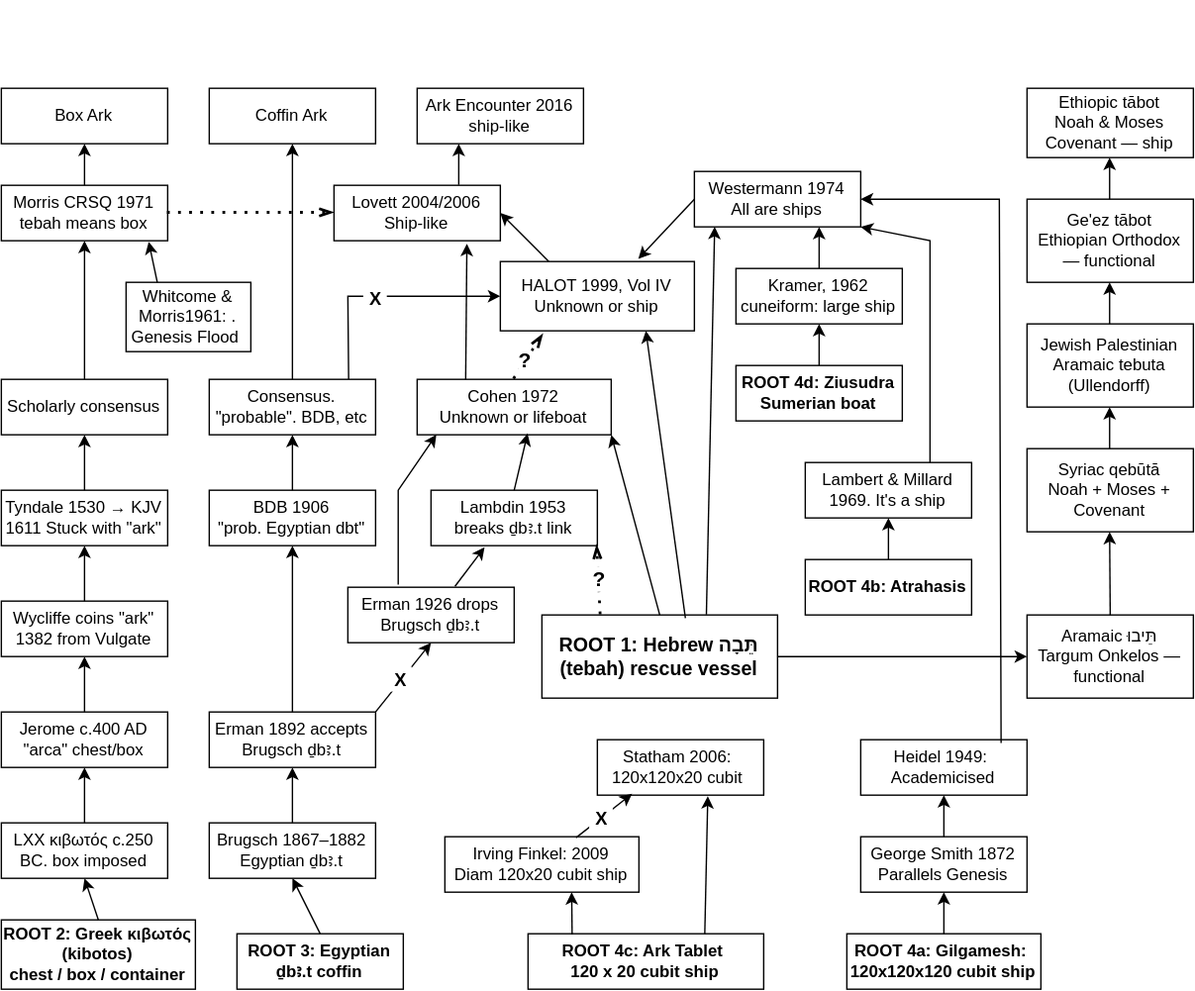
Earlier version of the draw.io export papers-tbh/images/TBH-flowchart.svg (tlovett2007-dot/Ark-Detailed-Design). Source tidied: cells renumbered, new cells last; positions are measured from the earlier drawing's top-left corner, leaving out a move shared by most shapes.
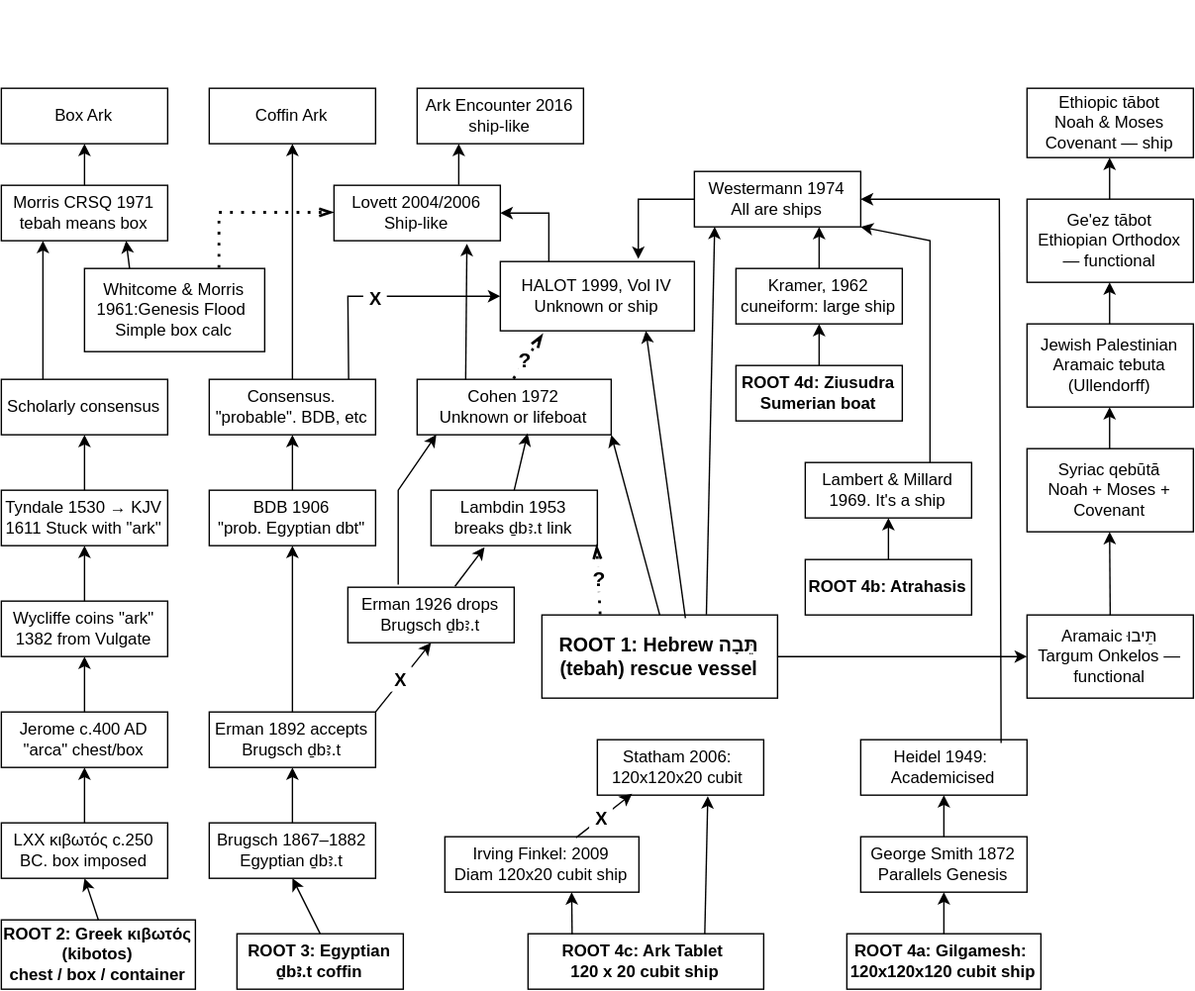
After the commit.

Change to the diagram source:
```diff
@@ -23,7 +23,7 @@
     <mxCell id="8" value="&lt;div&gt;&lt;b&gt;ROOT 2: Greek κιβωτός (kibotos)&lt;/b&gt;&lt;/div&gt;&lt;div&gt;&lt;b&gt;chest / box / container&lt;/b&gt;&lt;/div&gt;" style="rounded=0;whiteSpace=wrap;html=1;" parent="1" vertex="1">
       <mxGeometry y="600" width="140" height="50" as="geometry" />
     </mxCell>
-    <mxCell id="9" value="&lt;div&gt;&lt;br&gt;&lt;/div&gt;&lt;div&gt;&lt;br&gt;&lt;/div&gt;&lt;div&gt;&lt;br&gt;&lt;/div&gt;&lt;div&gt;&lt;br&gt;&lt;/div&gt;&lt;div&gt;&lt;br&gt;&lt;/div&gt;&lt;div&gt;&lt;br&gt;&lt;/div&gt;&lt;div&gt;&lt;br&gt;&lt;/div&gt;&lt;div&gt;&lt;br&gt;&lt;/div&gt;&lt;div&gt;&lt;br&gt;&lt;/div&gt;&lt;div&gt;&lt;br&gt;&lt;/div&gt;&lt;div&gt;&lt;br&gt;&lt;/div&gt;&lt;div&gt;&lt;br&gt;&lt;/div&gt;&lt;div&gt;&lt;br&gt;&lt;/div&gt;&lt;div&gt;&lt;br&gt;&lt;/div&gt;&lt;div&gt;&lt;br&gt;&lt;/div&gt;&lt;div&gt;&lt;br&gt;&lt;/div&gt;&lt;div&gt;&lt;br&gt;&lt;/div&gt;&lt;div&gt;&lt;br&gt;&lt;/div&gt;&lt;div&gt;&lt;br&gt;&lt;/div&gt;&lt;div&gt;&lt;br&gt;&lt;/div&gt;&lt;div&gt;&lt;br&gt;&lt;/div&gt;&lt;div&gt;&lt;br&gt;&lt;/div&gt;&lt;div&gt;&lt;br&gt;&lt;/div&gt;&lt;div&gt;&lt;br&gt;&lt;/div&gt;&lt;div&gt;&lt;br&gt;&lt;/div&gt;&lt;div&gt;&lt;br&gt;&lt;/div&gt;&lt;div&gt;&lt;br&gt;&lt;/div&gt;&lt;div&gt;&lt;br&gt;&lt;/div&gt;&lt;div&gt;&lt;br&gt;&lt;/div&gt;&lt;div&gt;&lt;br&gt;&lt;/div&gt;&lt;div&gt;&lt;br&gt;&lt;/div&gt;&lt;div&gt;&lt;br&gt;&lt;/div&gt;&lt;div&gt;&lt;br&gt;&lt;/div&gt;&lt;div&gt;&lt;br&gt;&lt;/div&gt;" style="endArrow=classic;html=1;rounded=0;exitX=0.5;exitY=0;exitDx=0;exitDy=0;" parent="1" edge="1" source="3" target="15">
+    <mxCell id="9" value="&lt;div&gt;&lt;br&gt;&lt;/div&gt;&lt;div&gt;&lt;br&gt;&lt;/div&gt;&lt;div&gt;&lt;br&gt;&lt;/div&gt;&lt;div&gt;&lt;br&gt;&lt;/div&gt;&lt;div&gt;&lt;br&gt;&lt;/div&gt;&lt;div&gt;&lt;br&gt;&lt;/div&gt;&lt;div&gt;&lt;br&gt;&lt;/div&gt;&lt;div&gt;&lt;br&gt;&lt;/div&gt;&lt;div&gt;&lt;br&gt;&lt;/div&gt;&lt;div&gt;&lt;br&gt;&lt;/div&gt;&lt;div&gt;&lt;br&gt;&lt;/div&gt;&lt;div&gt;&lt;br&gt;&lt;/div&gt;&lt;div&gt;&lt;br&gt;&lt;/div&gt;&lt;div&gt;&lt;br&gt;&lt;/div&gt;&lt;div&gt;&lt;br&gt;&lt;/div&gt;&lt;div&gt;&lt;br&gt;&lt;/div&gt;&lt;div&gt;&lt;br&gt;&lt;/div&gt;&lt;div&gt;&lt;br&gt;&lt;/div&gt;&lt;div&gt;&lt;br&gt;&lt;/div&gt;&lt;div&gt;&lt;br&gt;&lt;/div&gt;&lt;div&gt;&lt;br&gt;&lt;/div&gt;&lt;div&gt;&lt;br&gt;&lt;/div&gt;&lt;div&gt;&lt;br&gt;&lt;/div&gt;&lt;div&gt;&lt;br&gt;&lt;/div&gt;&lt;div&gt;&lt;br&gt;&lt;/div&gt;&lt;div&gt;&lt;br&gt;&lt;/div&gt;&lt;div&gt;&lt;br&gt;&lt;/div&gt;&lt;div&gt;&lt;br&gt;&lt;/div&gt;&lt;div&gt;&lt;br&gt;&lt;/div&gt;&lt;div&gt;&lt;br&gt;&lt;/div&gt;&lt;div&gt;&lt;br&gt;&lt;/div&gt;&lt;div&gt;&lt;br&gt;&lt;/div&gt;&lt;div&gt;&lt;br&gt;&lt;/div&gt;&lt;div&gt;&lt;br&gt;&lt;/div&gt;" style="endArrow=classic;html=1;rounded=0;exitX=0.25;exitY=0;exitDx=0;exitDy=0;entryX=0.25;entryY=1;entryDx=0;entryDy=0;" parent="1" edge="1" source="3" target="15">
       <mxGeometry relative="1" as="geometry" />
     </mxCell>
     <mxCell id="10" style="endArrow=classic;html=1;rounded=0;entryX=0.5;entryY=1;entryDx=0;entryDy=0;" parent="1" edge="1" source="4" target="3">
@@ -173,7 +173,11 @@
       <mxGeometry x="530" y="130" width="120" height="40" as="geometry" />
     </mxCell>
     <mxCell id="53" style="endArrow=classic;html=1;rounded=0;exitX=0.25;exitY=0;exitDx=0;exitDy=0;entryX=1;entryY=0.5;entryDx=0;entryDy=0;" parent="1" edge="1" source="34" target="75">
-      <mxGeometry relative="1" as="geometry" />
+      <mxGeometry relative="1" as="geometry">
+        <Array as="points">
+          <mxPoint x="395" y="90" />
+        </Array>
+      </mxGeometry>
     </mxCell>
     <mxCell id="54" value="&lt;b&gt;ROOT 4a: Gilgamesh:&amp;nbsp;&lt;/b&gt;&lt;div&gt;&lt;b&gt;120x120x120 cubit ship&lt;/b&gt;&lt;/div&gt;" style="rounded=0;whiteSpace=wrap;html=1;" parent="1" vertex="1">
       <mxGeometry x="610" y="610" width="140" height="40" as="geometry" />
@@ -234,7 +238,11 @@
       </mxGeometry>
     </mxCell>
     <mxCell id="70" style="endArrow=classic;html=1;rounded=0;exitX=0;exitY=0.5;exitDx=0;exitDy=0;entryX=0.711;entryY=-0.037;entryDx=0;entryDy=0;entryPerimeter=0;" parent="1" edge="1" source="29" target="34">
-      <mxGeometry relative="1" as="geometry" />
+      <mxGeometry relative="1" as="geometry">
+        <Array as="points">
+          <mxPoint x="459.5" y="80" />
+        </Array>
+      </mxGeometry>
     </mxCell>
     <mxCell id="71" style="endArrow=classic;html=1;rounded=0;exitX=0.5;exitY=0;exitDx=0;exitDy=0;entryX=0.5;entryY=1;entryDx=0;entryDy=0;" parent="1" edge="1" source="66" target="68">
       <mxGeometry relative="1" as="geometry" />
@@ -300,14 +308,18 @@
         </Array>
       </mxGeometry>
     </mxCell>
-    <mxCell id="86" value="Whitcome &amp;amp; Morris1961: . Genesis Flood&amp;nbsp;" style="rounded=0;whiteSpace=wrap;html=1;" parent="1" vertex="1">
-      <mxGeometry x="90" y="140" width="90" height="50" as="geometry" />
+    <mxCell id="86" value="Whitcome &amp;amp; Morris 1961:Genesis Flood&amp;nbsp;&lt;div&gt;Simple box calc&lt;/div&gt;" style="rounded=0;whiteSpace=wrap;html=1;" parent="1" vertex="1">
+      <mxGeometry x="60" y="130" width="130" height="60" as="geometry" />
     </mxCell>
-    <mxCell id="87" style="endArrow=classic;html=1;rounded=0;exitX=0.25;exitY=0;exitDx=0;exitDy=0;entryX=0.886;entryY=1.017;entryDx=0;entryDy=0;entryPerimeter=0;" parent="1" edge="1" source="86" target="15">
+    <mxCell id="87" style="endArrow=classic;html=1;rounded=0;exitX=0.25;exitY=0;exitDx=0;exitDy=0;entryX=0.75;entryY=1;entryDx=0;entryDy=0;" parent="1" edge="1" source="86" target="15">
       <mxGeometry relative="1" as="geometry" />
     </mxCell>
-    <mxCell id="88" style="endArrow=openThin;dashed=1;html=1;dashPattern=1 3;strokeWidth=2;rounded=0;exitX=1;exitY=0.5;exitDx=0;exitDy=0;entryX=0;entryY=0.5;entryDx=0;entryDy=0;endFill=0;" parent="1" edge="1" source="15" target="75">
-      <mxGeometry relative="1" as="geometry" />
+    <mxCell id="88" style="endArrow=openThin;dashed=1;html=1;dashPattern=1 3;strokeWidth=2;rounded=0;exitX=0.75;exitY=0;exitDx=0;exitDy=0;entryX=0;entryY=0.5;entryDx=0;entryDy=0;endFill=0;" parent="1" edge="1" source="86" target="75">
+      <mxGeometry relative="1" as="geometry">
+        <Array as="points">
+          <mxPoint x="157.5" y="90" />
+        </Array>
+      </mxGeometry>
     </mxCell>
   </root>
 </mxGraphModel>
```
